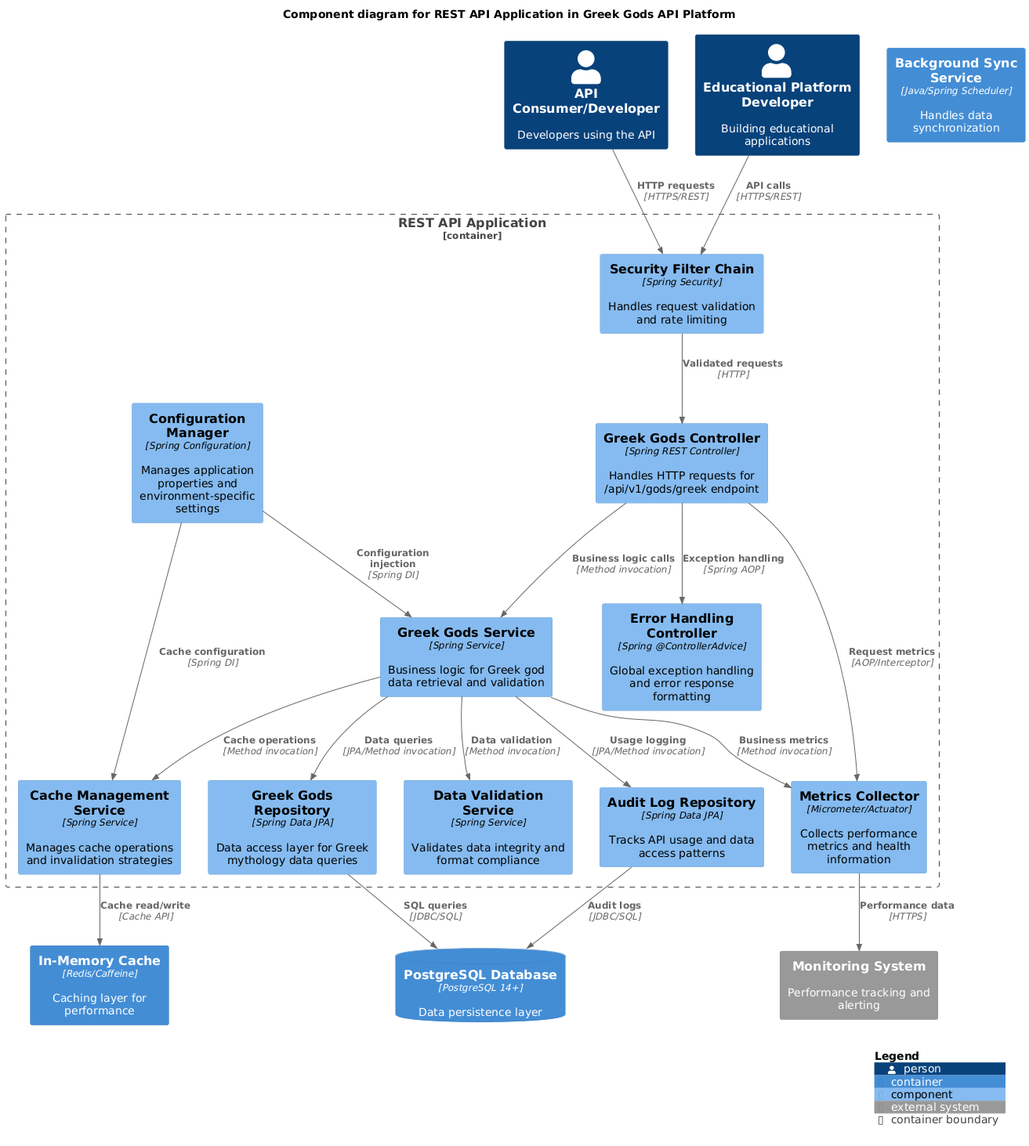
Before: example/design/c4/C4_GreekGodsAPI_Component.png, a diagram exported from PlantUML (jabrena/cursor-rules-agile).
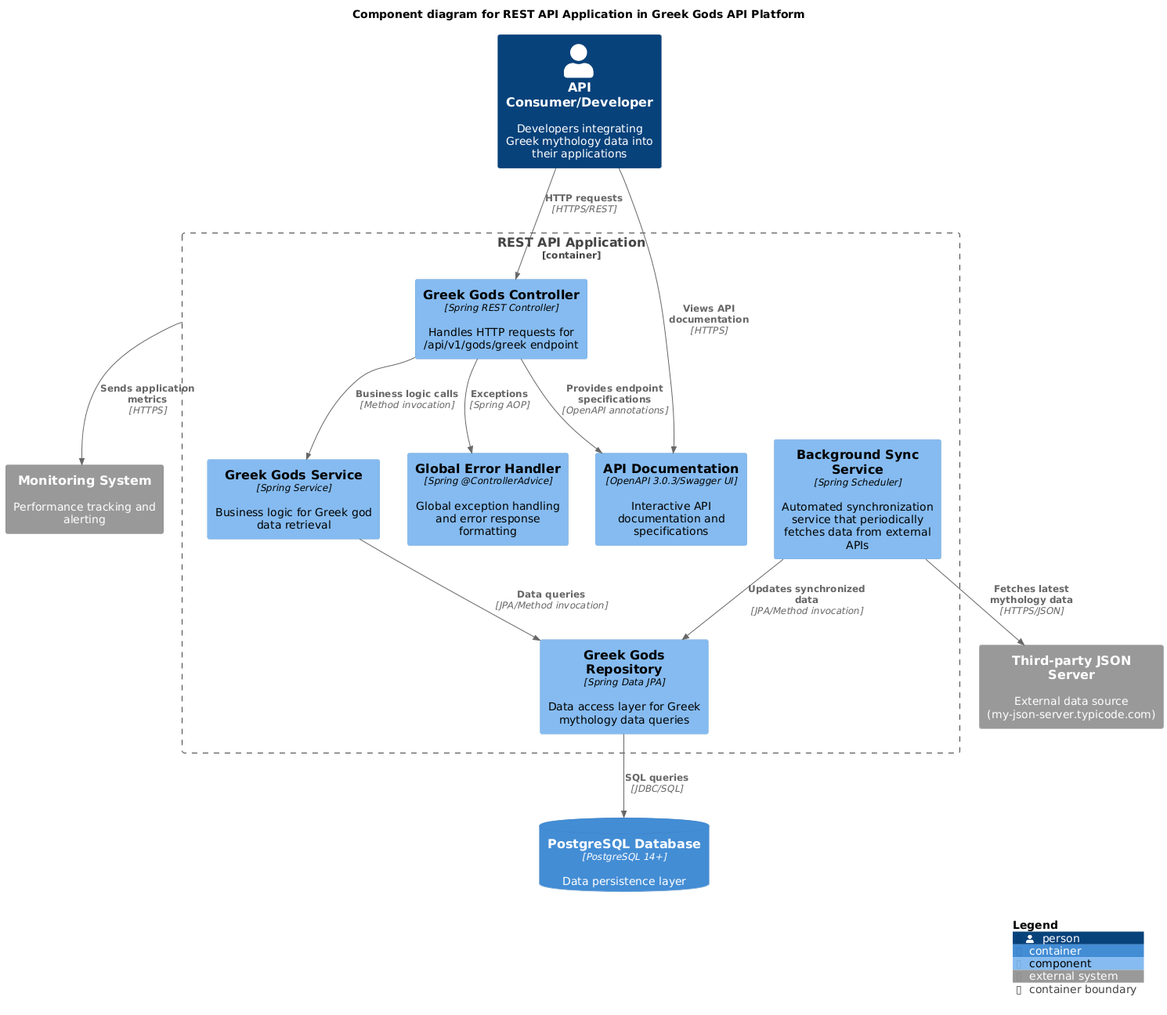
The same file after the commit.

The edit, as a diff of the source:
```diff
@@ -3,53 +3,41 @@
 
 title Component diagram for REST API Application in Greek Gods API Platform
 
-Person(apiConsumer, "API Consumer/Developer", "Developers using the API")
-Person(eduDeveloper, "Educational Platform Developer", "Building educational applications")
+Person(apiConsumer, "API Consumer/Developer", "Developers integrating Greek mythology data into their applications")
 
-Container(syncService, "Background Sync Service", "Java/Spring Scheduler", "Handles data synchronization")
-Container(cacheLayer, "In-Memory Cache", "Redis/Caffeine", "Caching layer for performance")
 ContainerDb(database, "PostgreSQL Database", "PostgreSQL 14+", "Data persistence layer")
 
+System_Ext(jsonServer, "Third-party JSON Server", "External data source (my-json-server.typicode.com)")
 System_Ext(monitoringSystem, "Monitoring System", "Performance tracking and alerting")
 
 Container_Boundary(webAPI, "REST API Application") {
     Component(greekController, "Greek Gods Controller", "Spring REST Controller", "Handles HTTP requests for /api/v1/gods/greek endpoint")
-    Component(errorController, "Error Handling Controller", "Spring @ControllerAdvice", "Global exception handling and error response formatting")
 
-    Component(greekService, "Greek Gods Service", "Spring Service", "Business logic for Greek god data retrieval and validation")
-    Component(cacheService, "Cache Management Service", "Spring Service", "Manages cache operations and invalidation strategies")
-    Component(validationService, "Data Validation Service", "Spring Service", "Validates data integrity and format compliance")
+    Component(greekService, "Greek Gods Service", "Spring Service", "Business logic for Greek god data retrieval")
+    Component(syncService, "Background Sync Service", "Spring Scheduler", "Automated synchronization service that periodically fetches data from external APIs")
 
     Component(greekRepository, "Greek Gods Repository", "Spring Data JPA", "Data access layer for Greek mythology data queries")
-    Component(auditRepository, "Audit Log Repository", "Spring Data JPA", "Tracks API usage and data access patterns")
 
-    Component(configManager, "Configuration Manager", "Spring Configuration", "Manages application properties and environment-specific settings")
-    Component(metricsCollector, "Metrics Collector", "Micrometer/Actuator", "Collects performance metrics and health information")
-    Component(securityFilter, "Security Filter Chain", "Spring Security", "Handles request validation and rate limiting")
+    Component(apiDocs, "API Documentation", "OpenAPI 3.0.3/Swagger UI", "Interactive API documentation and specifications")
+
+    Component(errorController, "Global Error Handler", "Spring @ControllerAdvice", "Global exception handling and error response formatting")
 }
 
-Rel(apiConsumer, securityFilter, "HTTP requests", "HTTPS/REST")
-Rel(eduDeveloper, securityFilter, "API calls", "HTTPS/REST")
+Rel(apiConsumer, greekController, "HTTP requests", "HTTPS/REST")
+Rel(apiConsumer, apiDocs, "Views API documentation", "HTTPS")
 
-Rel(securityFilter, greekController, "Validated requests", "HTTP")
 Rel(greekController, greekService, "Business logic calls", "Method invocation")
-Rel(greekController, errorController, "Exception handling", "Spring AOP")
+Rel(greekService, greekRepository, "Data queries", "JPA/Method invocation")
+Rel(greekRepository, database, "SQL queries", "JDBC/SQL")
 
-Rel(greekService, cacheService, "Cache operations", "Method invocation")
-Rel(greekService, validationService, "Data validation", "Method invocation")
-Rel(greekService, greekRepository, "Data queries", "JPA/Method invocation")
-Rel(greekService, auditRepository, "Usage logging", "JPA/Method invocation")
+Rel(greekController, apiDocs, "Provides endpoint specifications", "OpenAPI annotations")
 
-Rel(greekRepository, database, "SQL queries", "JDBC/SQL")
-Rel(auditRepository, database, "Audit logs", "JDBC/SQL")
-Rel(cacheService, cacheLayer, "Cache read/write", "Cache API")
+Rel(syncService, jsonServer, "Fetches latest mythology data", "HTTPS/JSON")
+Rel(syncService, greekRepository, "Updates synchronized data", "JPA/Method invocation")
 
-Rel(configManager, greekService, "Configuration injection", "Spring DI")
-Rel(configManager, cacheService, "Cache configuration", "Spring DI")
-Rel(metricsCollector, monitoringSystem, "Performance data", "HTTPS")
+Rel(webAPI, monitoringSystem, "Sends application metrics", "HTTPS")
 
-Rel(greekService, metricsCollector, "Business metrics", "Method invocation")
-Rel(greekController, metricsCollector, "Request metrics", "AOP/Interceptor")
+Rel(greekController, errorController, "Exceptions", "Spring AOP")
 
 SHOW_LEGEND()
 @enduml
```
